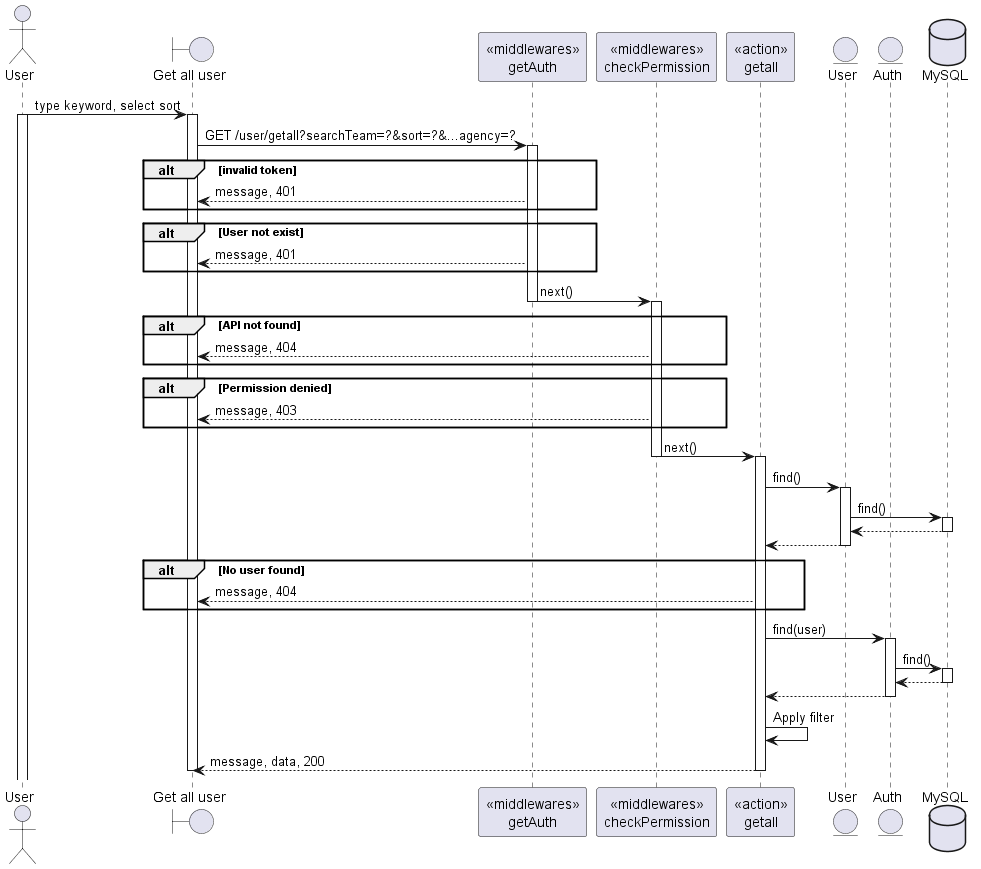
BunnyButtpowder/TeleLink-Original keeps this PlantUML diagram as out/SequeceDiagram/user/getall/getall.png. Above is the earlier version.
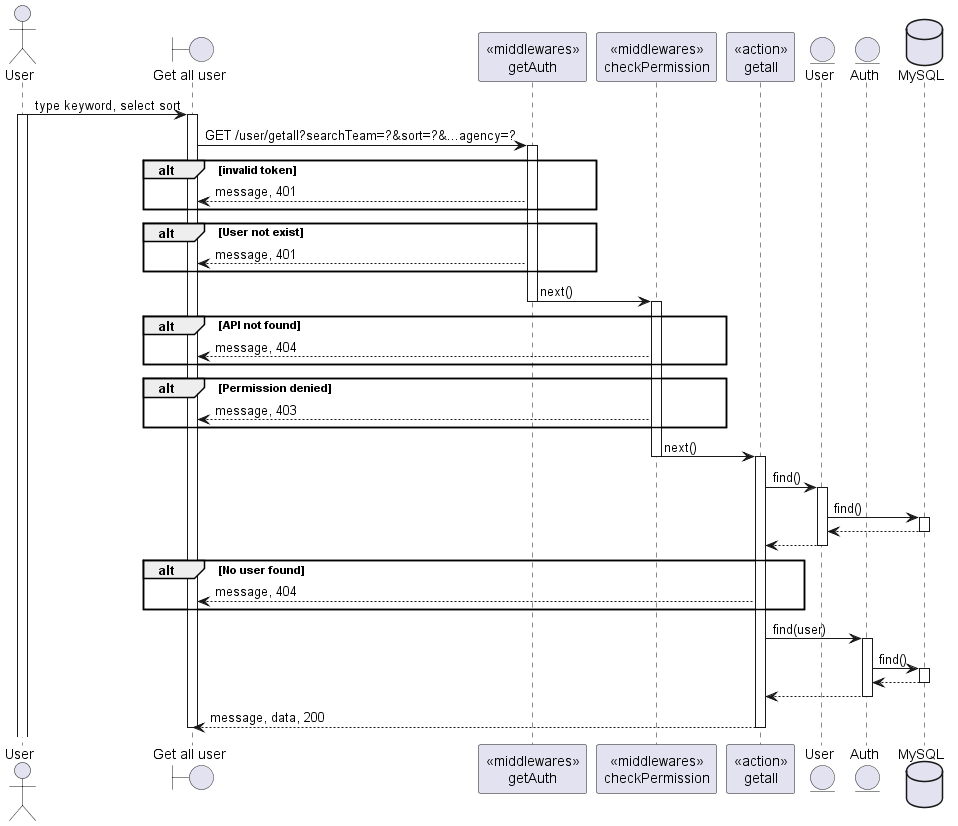
After the change.

Diff of the diagram source:
```diff
@@ -50,7 +50,6 @@
 deactivate DB
 Model2 --> Controller
 deactivate Model2
-Controller -> Controller: Apply filter
 Controller --> Client: message, data, 200
 deactivate Controller
 
```
